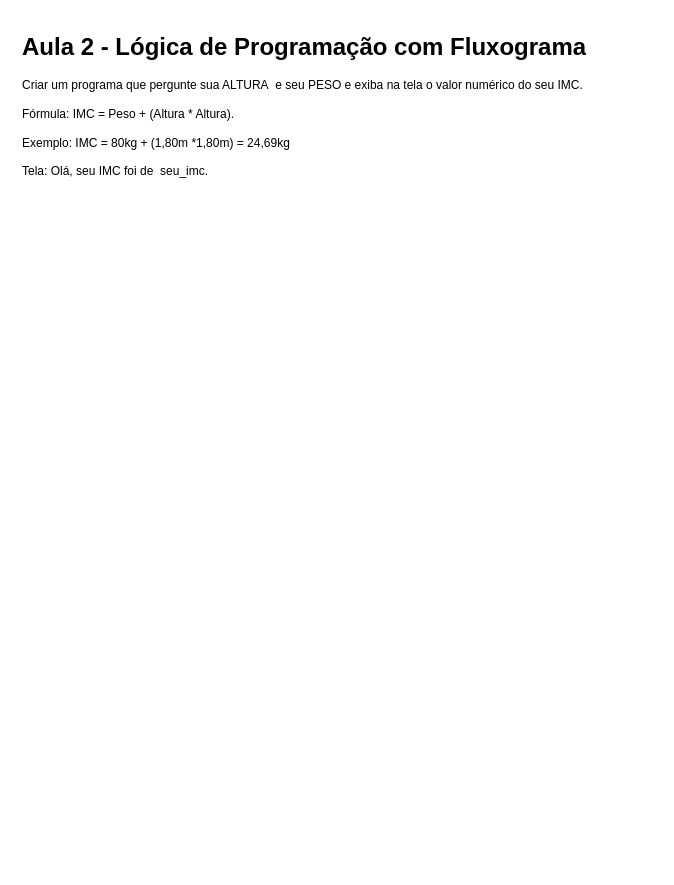
The draw.io diagram page "4- Calcular IMC" (4 of 7) of 01 - Mensagem Olá Mundo.drawio in aran-wesley/CursoCSharp, before the edit. Source tidied: cells renumbered, new cells numbered last; positions are measured from the earlier drawing's top-left corner, leaving out a move shared by most shapes. Both pictures are drawn from the tidied source at 100%, with x=0, y=0 at pixel (17, 27).
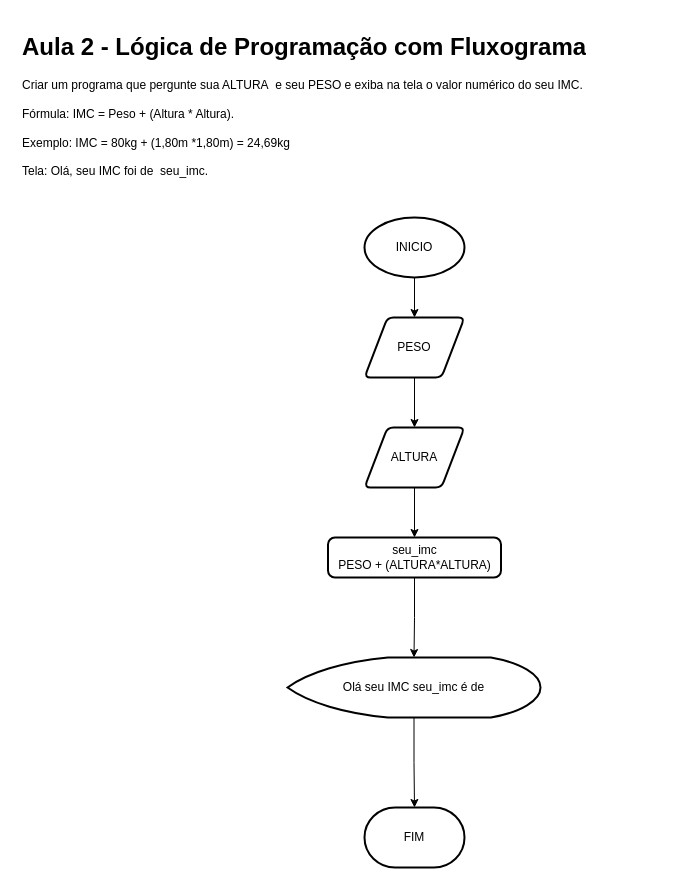
Above is the later version.

What changed in the source:
```diff
@@
 <mxGraphModel>
   <root>
     <mxCell id="0" />
     <mxCell id="1" parent="0" />
     <mxCell id="2" value="&lt;h1&gt;Aula 2 - Lógica de Programação com Fluxograma&lt;/h1&gt;&lt;div&gt;Criar um programa que pergunte sua ALTURA&amp;nbsp; e seu PESO e exiba na tela o valor numérico do seu IMC.&lt;/div&gt;&lt;div&gt;&lt;br&gt;&lt;/div&gt;&lt;div&gt;Fórmula: IMC = Peso + (Altura * Altura).&lt;/div&gt;&lt;div&gt;&lt;br&gt;&lt;/div&gt;&lt;div&gt;Exemplo: IMC = 80kg + (1,80m *1,80m) = 24,69kg&lt;/div&gt;&lt;div&gt;&lt;br&gt;&lt;/div&gt;&lt;div&gt;Tela: Olá, seu IMC foi de&amp;nbsp; seu_imc.&lt;/div&gt;" style="text;html=1;strokeColor=none;fillColor=none;spacing=5;spacingTop=-20;whiteSpace=wrap;overflow=hidden;rounded=0;" parent="1" vertex="1">
       <mxGeometry width="640" height="170" as="geometry" />
     </mxCell>
+    <mxCell id="3" style="edgeStyle=orthogonalEdgeStyle;rounded=0;jettySize=auto;html=1;" parent="1" edge="1" source="4" target="6">
+      <mxGeometry relative="1" as="geometry" />
+    </mxCell>
+    <mxCell id="4" value="INICIO" style="strokeWidth=2;html=1;shape=mxgraph.flowchart.start_1;whiteSpace=wrap;" parent="1" vertex="1">
+      <mxGeometry x="347" y="190" width="100" height="60" as="geometry" />
+    </mxCell>
+    <mxCell id="5" style="edgeStyle=orthogonalEdgeStyle;rounded=0;jettySize=auto;html=1;" parent="1" edge="1" source="6" target="8">
+      <mxGeometry relative="1" as="geometry" />
+    </mxCell>
+    <mxCell id="6" value="PESO" style="shape=parallelogram;html=1;strokeWidth=2;perimeter=parallelogramPerimeter;whiteSpace=wrap;rounded=1;arcSize=12;size=0.23;" parent="1" vertex="1">
+      <mxGeometry x="347" y="290" width="100" height="60" as="geometry" />
+    </mxCell>
+    <mxCell id="7" style="edgeStyle=orthogonalEdgeStyle;rounded=0;jettySize=auto;html=1;" parent="1" edge="1" source="8" target="10">
+      <mxGeometry relative="1" as="geometry" />
+    </mxCell>
+    <mxCell id="8" value="ALTURA" style="shape=parallelogram;html=1;strokeWidth=2;perimeter=parallelogramPerimeter;whiteSpace=wrap;rounded=1;arcSize=12;size=0.23;" parent="1" vertex="1">
+      <mxGeometry x="347" y="400" width="100" height="60" as="geometry" />
+    </mxCell>
+    <mxCell id="9" style="edgeStyle=orthogonalEdgeStyle;rounded=0;jettySize=auto;html=1;" parent="1" edge="1" source="10" target="12">
+      <mxGeometry relative="1" as="geometry" />
+    </mxCell>
+    <mxCell id="10" value="seu_imc&lt;br&gt;PESO + (ALTURA*ALTURA)" style="rounded=1;whiteSpace=wrap;html=1;absoluteArcSize=1;arcSize=14;strokeWidth=2;" parent="1" vertex="1">
+      <mxGeometry x="310.5" y="510" width="173" height="40" as="geometry" />
+    </mxCell>
+    <mxCell id="11" style="edgeStyle=orthogonalEdgeStyle;rounded=0;jettySize=auto;html=1;" parent="1" edge="1" source="12" target="13">
+      <mxGeometry relative="1" as="geometry" />
+    </mxCell>
+    <mxCell id="12" value="Olá seu IMC seu_imc é de" style="strokeWidth=2;html=1;shape=mxgraph.flowchart.display;whiteSpace=wrap;" parent="1" vertex="1">
+      <mxGeometry x="270" y="630" width="253" height="60" as="geometry" />
+    </mxCell>
+    <mxCell id="13" value="FIM" style="strokeWidth=2;html=1;shape=mxgraph.flowchart.terminator;whiteSpace=wrap;" parent="1" vertex="1">
+      <mxGeometry x="347" y="780" width="100" height="60" as="geometry" />
+    </mxCell>
   </root>
 </mxGraphModel>
```
